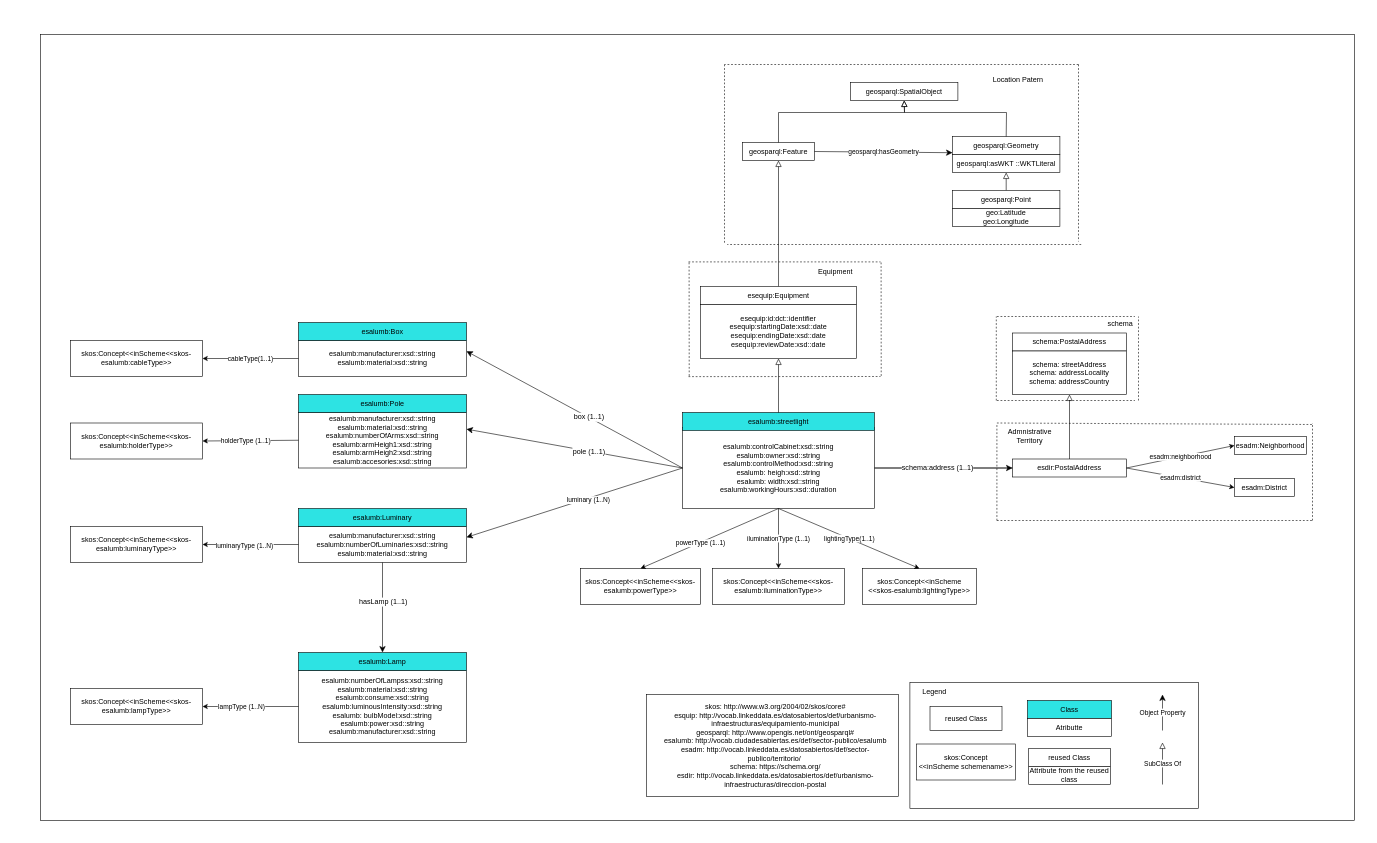
opencitydata/urbanismo-infraestructuras-alumbrado-publico keeps this draw.io diagram as v1.0-rc/ontology/images/Inglés/lightingDiagram.drawio. Above is the earlier version. Source tidied: cells renumbered, new cells numbered last; positions are measured from the earlier drawing's top-left corner, leaving out a move shared by most shapes. Both pictures are drawn from the tidied source at 60%, with x=0, y=0 at pixel (40, 34).
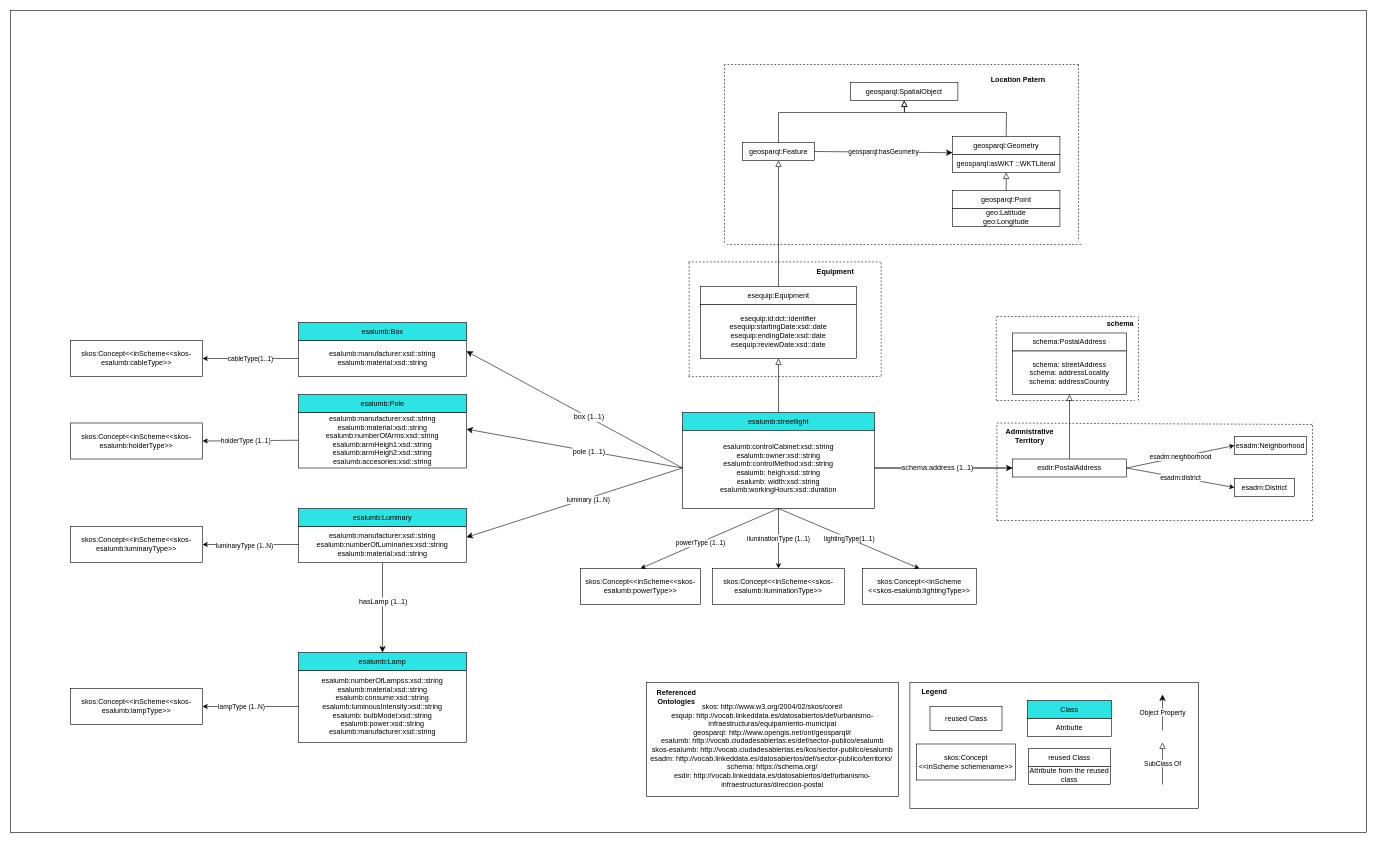
Above is the later version.

What changed in the source:
```diff
@@
-    <mxCell id="2" style="rounded=0;whiteSpace=wrap;html=1;" parent="1" vertex="1">
-      <mxGeometry width="2190" height="1310" as="geometry" />
-    </mxCell>
+    <mxCell id="98" style="rounded=0;whiteSpace=wrap;html=1;" parent="1" vertex="1">
+      <mxGeometry x="-50" y="-40" width="2260" height="1370" as="geometry" />
+    </mxCell>
@@
-    <mxCell id="37" value="Legend" style="text;html=1;strokeColor=none;fillColor=none;align=center;verticalAlign=middle;whiteSpace=wrap;rounded=0;" parent="1" vertex="1">
+    <mxCell id="37" value="&lt;b&gt;Legend&lt;/b&gt;" style="text;html=1;strokeColor=none;fillColor=none;align=center;verticalAlign=middle;whiteSpace=wrap;rounded=0;" parent="1" vertex="1">
       <mxGeometry x="1460" y="1080" width="60" height="30" as="geometry" />
     </mxCell>
@@
-    <mxCell id="42" value="Location Patern" style="text;html=1;strokeColor=none;fillColor=none;align=center;verticalAlign=middle;whiteSpace=wrap;rounded=0;" parent="1" vertex="1">
+    <mxCell id="42" value="&lt;b&gt;Location Patern&lt;/b&gt;" style="text;html=1;strokeColor=none;fillColor=none;align=center;verticalAlign=middle;whiteSpace=wrap;rounded=0;" parent="1" vertex="1">
       <mxGeometry x="1558.5" y="60" width="140.5" height="30" as="geometry" />
     </mxCell>
-    <mxCell id="43" value="Equipment" style="text;html=1;strokeColor=none;fillColor=none;align=center;verticalAlign=middle;whiteSpace=wrap;rounded=0;" parent="1" vertex="1">
+    <mxCell id="43" value="&lt;b&gt;Equipment&lt;/b&gt;" style="text;html=1;strokeColor=none;fillColor=none;align=center;verticalAlign=middle;whiteSpace=wrap;rounded=0;" parent="1" vertex="1">
       <mxGeometry x="1270" y="380" width="110" height="30" as="geometry" />
     </mxCell>
@@
     <mxCell id="73" style="rounded=0;whiteSpace=wrap;html=1;" parent="1" vertex="1">
-      <mxGeometry x="1010" y="1100" width="420" height="170" as="geometry" />
+      <mxGeometry x="1010" y="1080" width="420" height="190" as="geometry" />
     </mxCell>
-    <mxCell id="74" value="skos: http://www.w3.org/2004/02/skos/core#&lt;br&gt;esquip: http://vocab.linkeddata.es/datosabiertos/def/urbanismo-infraestructuras/equipamiento-municipal&lt;br&gt;geosparql: http://www.opengis.net/ont/geosparql#&lt;br&gt;esalumb: http://vocab.ciudadesabiertas.es/def/sector-publico/esalumb&lt;br&gt;esadm: http://vocab.linkeddata.es/datosabiertos/def/sector-publico/territorio/&amp;nbsp;&lt;br&gt;schema: https://schema.org/&lt;br&gt;esdir: http://vocab.linkeddata.es/datosabiertos/def/urbanismo-infraestructuras/direccion-postal" style="text;html=1;strokeColor=none;fillColor=none;align=center;verticalAlign=middle;whiteSpace=wrap;rounded=0;" parent="1" vertex="1">
-      <mxGeometry x="1030" y="1127.5" width="390" height="115" as="geometry" />
+    <mxCell id="74" value="skos: http://www.w3.org/2004/02/skos/core#&lt;br&gt;esquip: http://vocab.linkeddata.es/datosabiertos/def/urbanismo-infraestructuras/equipamiento-municipal&lt;br&gt;geosparql: http://www.opengis.net/ont/geosparql#&lt;br&gt;esalumb: http://vocab.ciudadesabiertas.es/def/sector-publico/esalumb&lt;br&gt;skos-esalumb: http://vocab.ciudadesabiertas.es/kos/sector-publico/esalumb&lt;br&gt;esadm: http://vocab.linkeddata.es/datosabiertos/def/sector-publico/territorio/&amp;nbsp;&lt;br&gt;schema: https://schema.org/&lt;br&gt;esdir: http://vocab.linkeddata.es/datosabiertos/def/urbanismo-infraestructuras/direccion-postal" style="text;html=1;strokeColor=none;fillColor=none;align=center;verticalAlign=middle;whiteSpace=wrap;rounded=0;" parent="1" vertex="1">
+      <mxGeometry x="1015" y="1127.5" width="410" height="115" as="geometry" />
     </mxCell>
@@
-    <mxCell id="87" value="Admnistrative Territory" style="text;html=1;strokeColor=none;fillColor=none;align=center;verticalAlign=middle;whiteSpace=wrap;rounded=0;" parent="1" vertex="1">
+    <mxCell id="87" value="&lt;b&gt;Admnistrative Territory&lt;/b&gt;" style="text;html=1;strokeColor=none;fillColor=none;align=center;verticalAlign=middle;whiteSpace=wrap;rounded=0;" parent="1" vertex="1">
       <mxGeometry x="1594" y="655" width="110" height="30" as="geometry" />
     </mxCell>
@@
-    <mxCell id="94" value="schema" style="text;html=1;strokeColor=none;fillColor=none;align=center;verticalAlign=middle;whiteSpace=wrap;rounded=0;" parent="1" vertex="1">
+    <mxCell id="94" value="&lt;b&gt;schema&lt;/b&gt;" style="text;html=1;strokeColor=none;fillColor=none;align=center;verticalAlign=middle;whiteSpace=wrap;rounded=0;" parent="1" vertex="1">
       <mxGeometry x="1770" y="467.5" width="60" height="30" as="geometry" />
     </mxCell>
@@
+    <mxCell id="99" value="&lt;b&gt;Referenced Ontologies&lt;/b&gt;" style="text;html=1;strokeColor=none;fillColor=none;align=center;verticalAlign=middle;whiteSpace=wrap;rounded=0;" parent="1" vertex="1">
+      <mxGeometry x="1030" y="1090" width="60" height="30" as="geometry" />
+    </mxCell>
```
